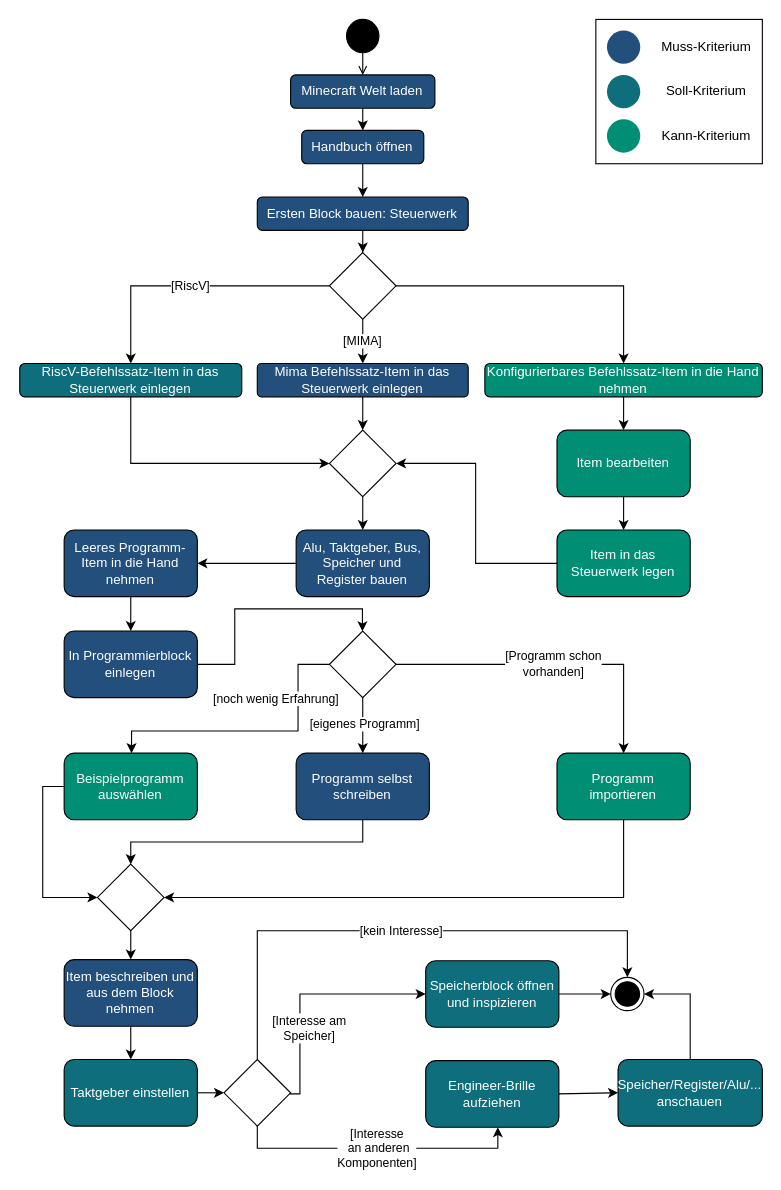
Above: Aktivität.drawio in LundiNord/RISCJ-Diagramms (draw.io), before the change. Source tidied: cells renumbered, new cells numbered last; positions are measured from the earlier drawing's top-left corner, leaving out a move shared by most shapes. Both pictures are drawn from the tidied source at 111%, with x=0, y=0 at pixel (19, 19).
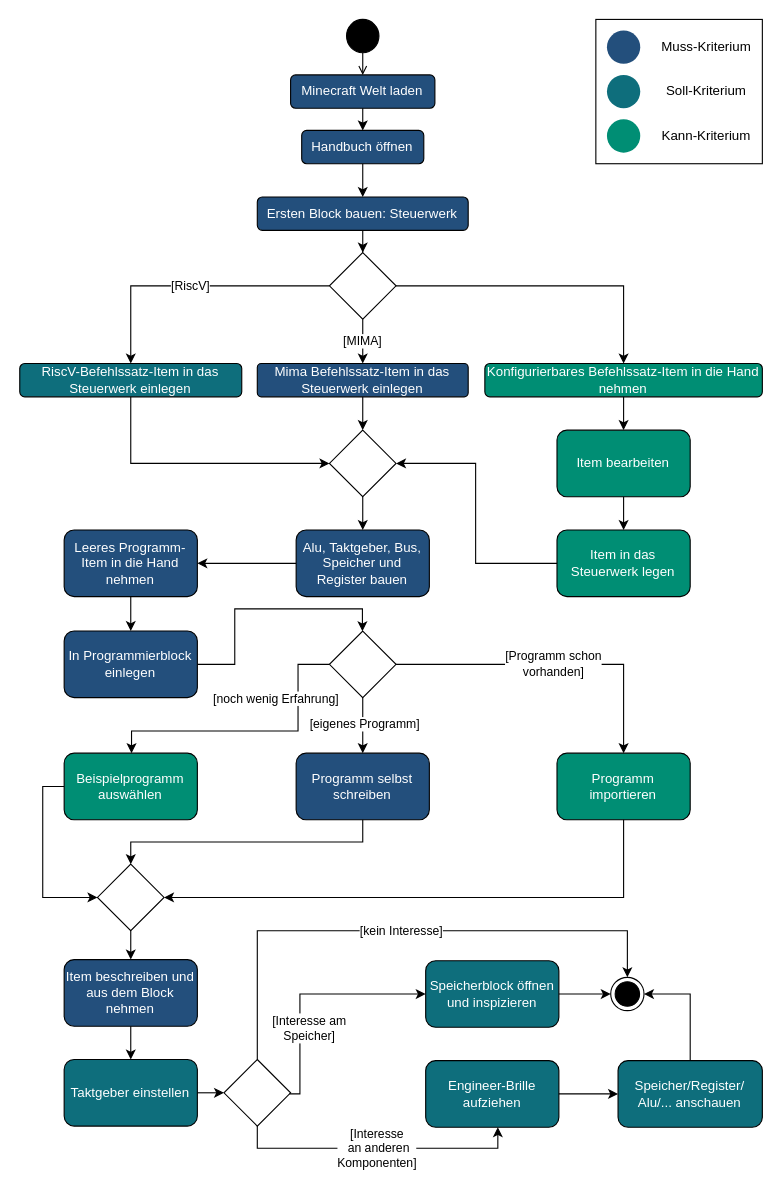
After the change.

Commit message:
einen Pfeil grade gemacht

The edit, as a diff of the source:
```diff
@@
-    <mxCell id="57" value="Speicher/Register/Alu/... anschauen" style="rounded=1;whiteSpace=wrap;html=1;fillColor=#0E6E7C;fontColor=#FFFFFF;" parent="1" vertex="1">
-      <mxGeometry x="539.3" y="937" width="130" height="60" as="geometry" />
+    <mxCell id="57" value="&lt;div&gt;Speicher/Register/&lt;/div&gt;&lt;div&gt;Alu/... anschauen&lt;/div&gt;" style="rounded=1;whiteSpace=wrap;html=1;fillColor=#0E6E7C;fontColor=#FFFFFF;" parent="1" vertex="1">
+      <mxGeometry x="539.3" y="938" width="130" height="60" as="geometry" />
     </mxCell>
```
